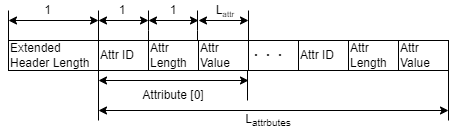
This is docs/spec_guide/extend_part.drawio.png from data-container-for-wearable-sensor/StartGuide, a draw.io export, as it was before one commit. Source tidied: cells renumbered, new cells last; positions are measured from the earlier drawing's top-left corner, leaving out a move shared by most shapes. Source of this version:
```xml
<mxGraphModel>
  <root>
    <mxCell id="0" />
    <mxCell id="1" parent="0" />
    <mxCell id="2" value="Extended&lt;br&gt;Header Length" style="whiteSpace=wrap;html=1;align=left;labelPosition=center;verticalLabelPosition=middle;verticalAlign=middle;" parent="1" vertex="1">
      <mxGeometry y="40" width="90" height="30" as="geometry" />
    </mxCell>
    <mxCell id="3" value="Attr ID" style="whiteSpace=wrap;html=1;align=left;labelPosition=center;verticalLabelPosition=middle;verticalAlign=middle;" parent="1" vertex="1">
      <mxGeometry x="90" y="40" width="50" height="30" as="geometry" />
    </mxCell>
    <mxCell id="4" value="Attr Length" style="whiteSpace=wrap;html=1;align=left;labelPosition=center;verticalLabelPosition=middle;verticalAlign=middle;" parent="1" vertex="1">
      <mxGeometry x="140" y="40" width="50" height="30" as="geometry" />
    </mxCell>
    <mxCell id="5" value="Attr Value" style="whiteSpace=wrap;html=1;align=left;labelPosition=center;verticalLabelPosition=middle;verticalAlign=middle;" parent="1" vertex="1">
      <mxGeometry x="190" y="40" width="50" height="30" as="geometry" />
    </mxCell>
    <mxCell id="6" value="・・・" style="whiteSpace=wrap;html=1;align=left;labelPosition=center;verticalLabelPosition=middle;verticalAlign=middle;" parent="1" vertex="1">
      <mxGeometry x="240" y="40" width="50" height="30" as="geometry" />
    </mxCell>
    <mxCell id="7" style="endArrow=none;html=1;rounded=0;" parent="1" edge="1">
      <mxGeometry relative="1" as="geometry">
        <mxPoint x="90" y="120" as="sourcePoint" />
        <mxPoint x="90" y="70" as="targetPoint" />
      </mxGeometry>
    </mxCell>
    <mxCell id="8" style="endArrow=none;html=1;rounded=0;" parent="1" edge="1">
      <mxGeometry relative="1" as="geometry">
        <mxPoint x="239" y="100" as="sourcePoint" />
        <mxPoint x="239" y="70" as="targetPoint" />
      </mxGeometry>
    </mxCell>
    <mxCell id="9" style="endArrow=classic;startArrow=classic;html=1;rounded=0;" parent="1" edge="1">
      <mxGeometry relative="1" as="geometry">
        <mxPoint x="90" y="80" as="sourcePoint" />
        <mxPoint x="240" y="80" as="targetPoint" />
      </mxGeometry>
    </mxCell>
    <mxCell id="10" value="Attribute [0]" style="text;html=1;strokeColor=none;fillColor=none;align=center;verticalAlign=middle;whiteSpace=wrap;rounded=0;" parent="1" vertex="1">
      <mxGeometry x="125" y="80" width="80" height="30" as="geometry" />
    </mxCell>
    <mxCell id="11" value="Attr ID" style="whiteSpace=wrap;html=1;align=left;labelPosition=center;verticalLabelPosition=middle;verticalAlign=middle;" parent="1" vertex="1">
      <mxGeometry x="290" y="40" width="50" height="30" as="geometry" />
    </mxCell>
    <mxCell id="12" value="Attr Length" style="whiteSpace=wrap;html=1;align=left;labelPosition=center;verticalLabelPosition=middle;verticalAlign=middle;" parent="1" vertex="1">
      <mxGeometry x="340" y="40" width="50" height="30" as="geometry" />
    </mxCell>
    <mxCell id="13" value="Attr Value" style="whiteSpace=wrap;html=1;align=left;labelPosition=center;verticalLabelPosition=middle;verticalAlign=middle;" parent="1" vertex="1">
      <mxGeometry x="390" y="40" width="50" height="30" as="geometry" />
    </mxCell>
    <mxCell id="14" style="endArrow=none;html=1;rounded=0;" parent="1" edge="1">
      <mxGeometry relative="1" as="geometry">
        <mxPoint x="240" y="40" as="sourcePoint" />
        <mxPoint x="240" y="10" as="targetPoint" />
      </mxGeometry>
    </mxCell>
    <mxCell id="15" value="L&lt;span style=&quot;font-size: 10px;&quot;&gt;&lt;sub&gt;attr&lt;/sub&gt;&lt;/span&gt;" style="text;html=1;strokeColor=none;fillColor=none;align=center;verticalAlign=middle;whiteSpace=wrap;rounded=0;" parent="1" vertex="1">
      <mxGeometry x="192.5" width="47.5" height="20" as="geometry" />
    </mxCell>
    <mxCell id="16" style="endArrow=classic;startArrow=classic;html=1;rounded=0;entryX=0;entryY=1;entryDx=0;entryDy=0;" parent="1" edge="1" target="25">
      <mxGeometry relative="1" as="geometry">
        <mxPoint y="20" as="sourcePoint" />
      </mxGeometry>
    </mxCell>
    <mxCell id="17" style="endArrow=classic;startArrow=classic;html=1;rounded=0;" parent="1" edge="1">
      <mxGeometry relative="1" as="geometry">
        <mxPoint x="90" y="20" as="sourcePoint" />
        <mxPoint x="140" y="20" as="targetPoint" />
      </mxGeometry>
    </mxCell>
    <mxCell id="18" style="endArrow=classic;startArrow=classic;html=1;rounded=0;" parent="1" edge="1">
      <mxGeometry relative="1" as="geometry">
        <mxPoint x="140" y="20" as="sourcePoint" />
        <mxPoint x="190" y="20" as="targetPoint" />
      </mxGeometry>
    </mxCell>
    <mxCell id="19" style="endArrow=classic;startArrow=classic;html=1;rounded=0;" parent="1" edge="1">
      <mxGeometry relative="1" as="geometry">
        <mxPoint x="190" y="20" as="sourcePoint" />
        <mxPoint x="240" y="20" as="targetPoint" />
      </mxGeometry>
    </mxCell>
    <mxCell id="20" style="endArrow=none;html=1;rounded=0;" parent="1" edge="1">
      <mxGeometry relative="1" as="geometry">
        <mxPoint x="189" y="40" as="sourcePoint" />
        <mxPoint x="189" y="10" as="targetPoint" />
        <Array as="points">
          <mxPoint x="189" y="30" />
        </Array>
      </mxGeometry>
    </mxCell>
    <mxCell id="21" style="endArrow=none;html=1;rounded=0;" parent="1" edge="1">
      <mxGeometry relative="1" as="geometry">
        <mxPoint x="140" y="40" as="sourcePoint" />
        <mxPoint x="140" y="10" as="targetPoint" />
        <Array as="points">
          <mxPoint x="140" y="30" />
        </Array>
      </mxGeometry>
    </mxCell>
    <mxCell id="22" style="endArrow=none;html=1;rounded=0;" parent="1" edge="1">
      <mxGeometry relative="1" as="geometry">
        <mxPoint x="90" y="40" as="sourcePoint" />
        <mxPoint x="90" y="10" as="targetPoint" />
      </mxGeometry>
    </mxCell>
    <mxCell id="23" style="endArrow=none;html=1;rounded=0;exitX=0;exitY=0;exitDx=0;exitDy=0;" parent="1" edge="1" source="2">
      <mxGeometry relative="1" as="geometry">
        <mxPoint y="10" as="targetPoint" />
      </mxGeometry>
    </mxCell>
    <mxCell id="24" value="1" style="text;html=1;strokeColor=none;fillColor=none;align=center;verticalAlign=middle;whiteSpace=wrap;rounded=0;" parent="1" vertex="1">
      <mxGeometry x="141.2" width="47.5" height="20" as="geometry" />
    </mxCell>
    <mxCell id="25" value="1" style="text;html=1;strokeColor=none;fillColor=none;align=center;verticalAlign=middle;whiteSpace=wrap;rounded=0;" parent="1" vertex="1">
      <mxGeometry x="90" width="47.5" height="20" as="geometry" />
    </mxCell>
    <mxCell id="26" value="1" style="text;html=1;strokeColor=none;fillColor=none;align=center;verticalAlign=middle;whiteSpace=wrap;rounded=0;" parent="1" vertex="1">
      <mxGeometry x="10" width="59" height="20" as="geometry" />
    </mxCell>
    <mxCell id="27" style="endArrow=classic;startArrow=classic;html=1;rounded=0;" parent="1" edge="1">
      <mxGeometry relative="1" as="geometry">
        <mxPoint x="90" y="110" as="sourcePoint" />
        <mxPoint x="440" y="110" as="targetPoint" />
      </mxGeometry>
    </mxCell>
    <mxCell id="28" style="endArrow=none;html=1;rounded=0;" parent="1" edge="1">
      <mxGeometry relative="1" as="geometry">
        <mxPoint x="440" y="120" as="sourcePoint" />
        <mxPoint x="440" y="70" as="targetPoint" />
      </mxGeometry>
    </mxCell>
    <mxCell id="29" value="L&lt;sub&gt;attrbutes&lt;/sub&gt;" style="text;html=1;strokeColor=none;fillColor=none;align=center;verticalAlign=middle;whiteSpace=wrap;rounded=0;" parent="1" vertex="1">
      <mxGeometry x="236" y="110" width="47.5" height="20" as="geometry" />
    </mxCell>
  </root>
</mxGraphModel>
```
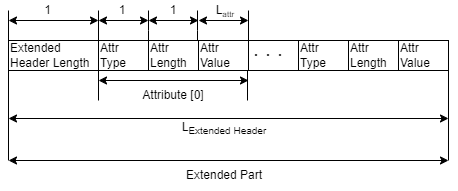
Later version of the same file.

Change to the diagram source:
```diff
@@ -5,7 +5,7 @@
     <mxCell id="2" value="Extended&lt;br&gt;Header Length" style="whiteSpace=wrap;html=1;align=left;labelPosition=center;verticalLabelPosition=middle;verticalAlign=middle;" parent="1" vertex="1">
       <mxGeometry y="40" width="90" height="30" as="geometry" />
     </mxCell>
-    <mxCell id="3" value="Attr ID" style="whiteSpace=wrap;html=1;align=left;labelPosition=center;verticalLabelPosition=middle;verticalAlign=middle;" parent="1" vertex="1">
+    <mxCell id="3" value="Attr&lt;br&gt;Type" style="whiteSpace=wrap;html=1;align=left;labelPosition=center;verticalLabelPosition=middle;verticalAlign=middle;" parent="1" vertex="1">
       <mxGeometry x="90" y="40" width="50" height="30" as="geometry" />
     </mxCell>
     <mxCell id="4" value="Attr Length" style="whiteSpace=wrap;html=1;align=left;labelPosition=center;verticalLabelPosition=middle;verticalAlign=middle;" parent="1" vertex="1">
@@ -19,7 +19,7 @@
     </mxCell>
     <mxCell id="7" style="endArrow=none;html=1;rounded=0;" parent="1" edge="1">
       <mxGeometry relative="1" as="geometry">
-        <mxPoint x="90" y="120" as="sourcePoint" />
+        <mxPoint x="90" y="100" as="sourcePoint" />
         <mxPoint x="90" y="70" as="targetPoint" />
       </mxGeometry>
     </mxCell>
@@ -38,7 +38,7 @@
     <mxCell id="10" value="Attribute [0]" style="text;html=1;strokeColor=none;fillColor=none;align=center;verticalAlign=middle;whiteSpace=wrap;rounded=0;" parent="1" vertex="1">
       <mxGeometry x="125" y="80" width="80" height="30" as="geometry" />
     </mxCell>
-    <mxCell id="11" value="Attr ID" style="whiteSpace=wrap;html=1;align=left;labelPosition=center;verticalLabelPosition=middle;verticalAlign=middle;" parent="1" vertex="1">
+    <mxCell id="11" value="Attr&lt;br&gt;Type" style="whiteSpace=wrap;html=1;align=left;labelPosition=center;verticalLabelPosition=middle;verticalAlign=middle;" parent="1" vertex="1">
       <mxGeometry x="290" y="40" width="50" height="30" as="geometry" />
     </mxCell>
     <mxCell id="12" value="Attr Length" style="whiteSpace=wrap;html=1;align=left;labelPosition=center;verticalLabelPosition=middle;verticalAlign=middle;" parent="1" vertex="1">
@@ -103,8 +103,9 @@
         <mxPoint x="90" y="10" as="targetPoint" />
       </mxGeometry>
     </mxCell>
-    <mxCell id="23" style="endArrow=none;html=1;rounded=0;exitX=0;exitY=0;exitDx=0;exitDy=0;" parent="1" edge="1" source="2">
+    <mxCell id="23" style="endArrow=none;html=1;rounded=0;" parent="1" edge="1">
       <mxGeometry relative="1" as="geometry">
+        <mxPoint y="160" as="sourcePoint" />
         <mxPoint y="10" as="targetPoint" />
       </mxGeometry>
     </mxCell>
@@ -119,18 +120,27 @@
     </mxCell>
     <mxCell id="27" style="endArrow=classic;startArrow=classic;html=1;rounded=0;" parent="1" edge="1">
       <mxGeometry relative="1" as="geometry">
-        <mxPoint x="90" y="110" as="sourcePoint" />
-        <mxPoint x="440" y="110" as="targetPoint" />
+        <mxPoint y="118" as="sourcePoint" />
+        <mxPoint x="440" y="118" as="targetPoint" />
       </mxGeometry>
     </mxCell>
     <mxCell id="28" style="endArrow=none;html=1;rounded=0;" parent="1" edge="1">
       <mxGeometry relative="1" as="geometry">
-        <mxPoint x="440" y="120" as="sourcePoint" />
+        <mxPoint x="440" y="160" as="sourcePoint" />
         <mxPoint x="440" y="70" as="targetPoint" />
       </mxGeometry>
     </mxCell>
-    <mxCell id="29" value="L&lt;sub&gt;attrbutes&lt;/sub&gt;" style="text;html=1;strokeColor=none;fillColor=none;align=center;verticalAlign=middle;whiteSpace=wrap;rounded=0;" parent="1" vertex="1">
-      <mxGeometry x="236" y="110" width="47.5" height="20" as="geometry" />
+    <mxCell id="29" value="L&lt;sub&gt;Extended Header&lt;/sub&gt;" style="text;html=1;strokeColor=none;fillColor=none;align=center;verticalAlign=middle;whiteSpace=wrap;rounded=0;" parent="1" vertex="1">
+      <mxGeometry x="141.2" y="118" width="150" height="20" as="geometry" />
     </mxCell>
+    <mxCell id="30" style="endArrow=classic;startArrow=classic;html=1;rounded=0;" parent="1" edge="1">
+      <mxGeometry relative="1" as="geometry">
+        <mxPoint y="160" as="sourcePoint" />
+        <mxPoint x="440" y="160" as="targetPoint" />
+      </mxGeometry>
+    </mxCell>
+    <mxCell id="31" value="Extended Part" style="text;html=1;strokeColor=none;fillColor=none;align=center;verticalAlign=middle;whiteSpace=wrap;rounded=0;" parent="1" vertex="1">
+      <mxGeometry x="176.2" y="160" width="80" height="30" as="geometry" />
+    </mxCell>
   </root>
 </mxGraphModel>
```
